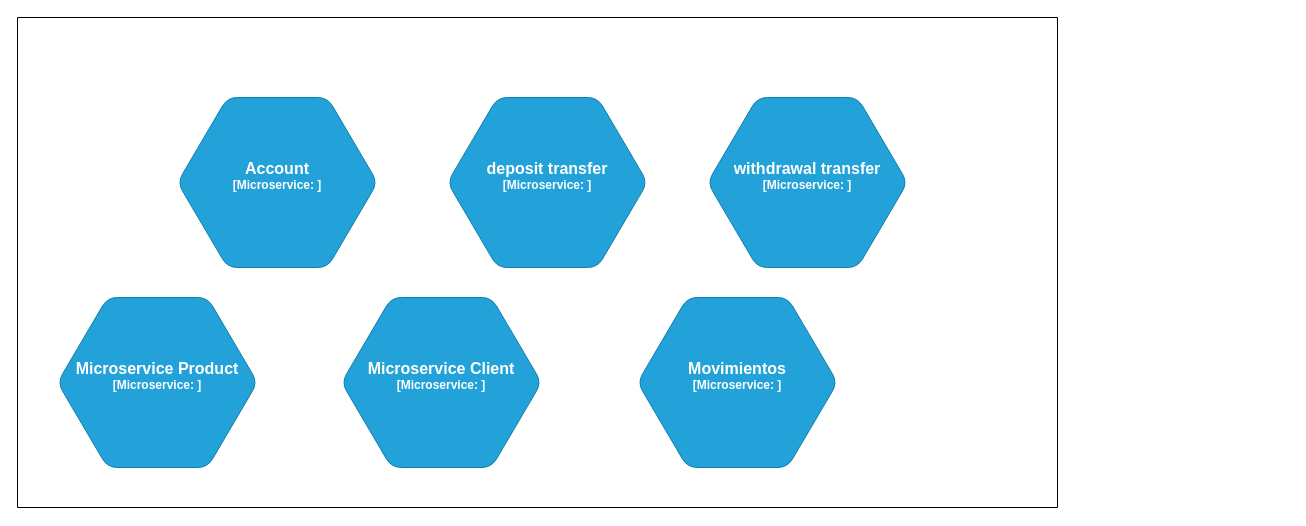
Above: page "Page-1" (1 of 2) of Project 2.drawio in edwarparedes/Diagram-2 (draw.io), before the change. Source tidied: cells renumbered, new cells numbered last; positions are measured from the earlier drawing's top-left corner, leaving out a move shared by most shapes. Both pictures are drawn from the tidied source at 100%, with x=0, y=0 at pixel (17, 17).
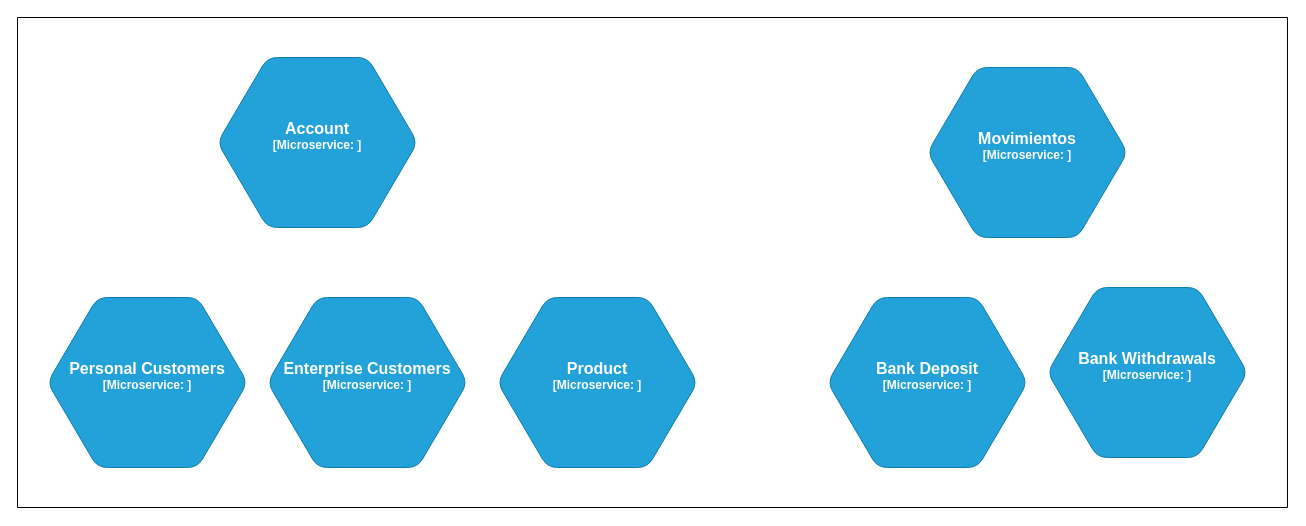
Above is the later version.

What changed in the source:
```diff
@@
-    <object id="2" label="&lt;font style=&quot;font-size: 16px&quot;&gt;&lt;b&gt;%c4Type%&lt;/font&gt;&lt;div&gt;[%c4Container%:&amp;nbsp;%c4Technology%]&lt;/div&gt;&lt;br&gt;&lt;div&gt;&lt;font style=&quot;font-size: 11px&quot;&gt;&lt;font color=&quot;#E6E6E6&quot;&gt;%c4Description%&lt;/font&gt;&lt;/div&gt;" c4Container="Microservice" c4Description="" c4Technology="" c4Type="Microservice Product" placeholders="1">
+    <object id="2" label="&lt;font style=&quot;font-size: 16px&quot;&gt;&lt;b&gt;%c4Type%&lt;/font&gt;&lt;div&gt;[%c4Container%:&amp;nbsp;%c4Technology%]&lt;/div&gt;&lt;br&gt;&lt;div&gt;&lt;font style=&quot;font-size: 11px&quot;&gt;&lt;font color=&quot;#E6E6E6&quot;&gt;%c4Description%&lt;/font&gt;&lt;/div&gt;" c4Container="Microservice" c4Description="" c4Technology="" c4Type="Product" placeholders="1">
       <mxCell style="shape=hexagon;size=50;perimeter=hexagonPerimeter2;whiteSpace=wrap;html=1;fixedSize=1;rounded=1;labelBackgroundColor=none;fillColor=#23A2D9;fontSize=12;fontColor=#ffffff;align=center;strokeColor=#0E7DAD;" parent="1" vertex="1">
-        <mxGeometry x="40" y="280" width="200" height="170" as="geometry" />
+        <mxGeometry x="480" y="280" width="200" height="170" as="geometry" />
       </mxCell>
     </object>
-    <object id="3" label="&lt;font style=&quot;font-size: 16px&quot;&gt;&lt;b&gt;%c4Type%&lt;/font&gt;&lt;div&gt;[%c4Container%:&amp;nbsp;%c4Technology%]&lt;/div&gt;&lt;br&gt;&lt;div&gt;&lt;font style=&quot;font-size: 11px&quot;&gt;&lt;font color=&quot;#E6E6E6&quot;&gt;%c4Description%&lt;/font&gt;&lt;/div&gt;" c4Container="Microservice" c4Description="" c4Technology="" c4Type="Microservice Client" placeholders="1">
+    <object id="3" label="&lt;font style=&quot;font-size: 16px&quot;&gt;&lt;b&gt;%c4Type%&lt;/font&gt;&lt;div&gt;[%c4Container%:&amp;nbsp;%c4Technology%]&lt;/div&gt;&lt;br&gt;&lt;div&gt;&lt;font style=&quot;font-size: 11px&quot;&gt;&lt;font color=&quot;#E6E6E6&quot;&gt;%c4Description%&lt;/font&gt;&lt;/div&gt;" c4Container="Microservice" c4Description="" c4Technology="" c4Type="Personal Customers" placeholders="1">
       <mxCell style="shape=hexagon;size=50;perimeter=hexagonPerimeter2;whiteSpace=wrap;html=1;fixedSize=1;rounded=1;labelBackgroundColor=none;fillColor=#23A2D9;fontSize=12;fontColor=#ffffff;align=center;strokeColor=#0E7DAD;" parent="1" vertex="1">
-        <mxGeometry x="324" y="280" width="200" height="170" as="geometry" />
+        <mxGeometry x="30" y="280" width="200" height="170" as="geometry" />
       </mxCell>
     </object>
     <object id="4" label="&lt;font style=&quot;font-size: 16px&quot;&gt;&lt;b&gt;%c4Type%&lt;/font&gt;&lt;div&gt;[%c4Container%:&amp;nbsp;%c4Technology%]&lt;/div&gt;&lt;br&gt;&lt;div&gt;&lt;font style=&quot;font-size: 11px&quot;&gt;&lt;font color=&quot;#E6E6E6&quot;&gt;%c4Description%&lt;/font&gt;&lt;/div&gt;" c4Container="Microservice" c4Description="" c4Technology="" c4Type="Movimientos" placeholders="1">
       <mxCell style="shape=hexagon;size=50;perimeter=hexagonPerimeter2;whiteSpace=wrap;html=1;fixedSize=1;rounded=1;labelBackgroundColor=none;fillColor=#23A2D9;fontSize=12;fontColor=#ffffff;align=center;strokeColor=#0E7DAD;" parent="1" vertex="1">
-        <mxGeometry x="620" y="280" width="200" height="170" as="geometry" />
+        <mxGeometry x="910" y="50" width="200" height="170" as="geometry" />
       </mxCell>
     </object>
-    <object id="5" label="&lt;font style=&quot;font-size: 16px&quot;&gt;&lt;b&gt;%c4Type%&lt;/font&gt;&lt;div&gt;[%c4Container%:&amp;nbsp;%c4Technology%]&lt;/div&gt;&lt;br&gt;&lt;div&gt;&lt;font style=&quot;font-size: 11px&quot;&gt;&lt;font color=&quot;#E6E6E6&quot;&gt;%c4Description%&lt;/font&gt;&lt;/div&gt;" c4Container="Microservice" c4Description="" c4Technology="" c4Type="deposit transfer" placeholders="1">
+    <object id="5" label="&lt;font style=&quot;font-size: 16px&quot;&gt;&lt;b&gt;%c4Type%&lt;/font&gt;&lt;div&gt;[%c4Container%:&amp;nbsp;%c4Technology%]&lt;/div&gt;&lt;br&gt;&lt;div&gt;&lt;font style=&quot;font-size: 11px&quot;&gt;&lt;font color=&quot;#E6E6E6&quot;&gt;%c4Description%&lt;/font&gt;&lt;/div&gt;" c4Container="Microservice" c4Description="" c4Technology="" c4Type="Bank Deposit" placeholders="1">
       <mxCell style="shape=hexagon;size=50;perimeter=hexagonPerimeter2;whiteSpace=wrap;html=1;fixedSize=1;rounded=1;labelBackgroundColor=none;fillColor=#23A2D9;fontSize=12;fontColor=#ffffff;align=center;strokeColor=#0E7DAD;" parent="1" vertex="1">
-        <mxGeometry x="430" y="80" width="200" height="170" as="geometry" />
+        <mxGeometry x="810" y="280" width="200" height="170" as="geometry" />
       </mxCell>
     </object>
     <object id="6" label="&lt;font style=&quot;font-size: 16px&quot;&gt;&lt;b&gt;%c4Type%&lt;/font&gt;&lt;div&gt;[%c4Container%:&amp;nbsp;%c4Technology%]&lt;/div&gt;&lt;br&gt;&lt;div&gt;&lt;font style=&quot;font-size: 11px&quot;&gt;&lt;font color=&quot;#E6E6E6&quot;&gt;%c4Description%&lt;/font&gt;&lt;/div&gt;" c4Container="Microservice" c4Description="" c4Technology="" c4Type="Account" placeholders="1">
       <mxCell style="shape=hexagon;size=50;perimeter=hexagonPerimeter2;whiteSpace=wrap;html=1;fixedSize=1;rounded=1;labelBackgroundColor=none;fillColor=#23A2D9;fontSize=12;fontColor=#ffffff;align=center;strokeColor=#0E7DAD;" parent="1" vertex="1">
-        <mxGeometry x="160" y="80" width="200" height="170" as="geometry" />
+        <mxGeometry x="200" y="40" width="200" height="170" as="geometry" />
       </mxCell>
     </object>
     <mxCell id="7" style="endArrow=none;html=1;rounded=0;" parent="1" edge="1">
       <mxGeometry relative="1" as="geometry">
         <mxPoint y="490" as="sourcePoint" />
-        <mxPoint x="1040" as="targetPoint" />
+        <mxPoint x="1270" as="targetPoint" />
         <Array as="points">
           <mxPoint />
         </Array>
       </mxGeometry>
     </mxCell>
     <mxCell id="8" style="endArrow=none;html=1;rounded=0;" parent="1" edge="1">
       <mxGeometry relative="1" as="geometry">
         <mxPoint y="490" as="sourcePoint" />
-        <mxPoint x="1040" y="490" as="targetPoint" />
+        <mxPoint x="1270" y="490" as="targetPoint" />
       </mxGeometry>
     </mxCell>
     <mxCell id="9" style="endArrow=none;html=1;rounded=0;" parent="1" edge="1">
       <mxGeometry relative="1" as="geometry">
-        <mxPoint x="1040" y="490" as="sourcePoint" />
-        <mxPoint x="1040" as="targetPoint" />
+        <mxPoint x="1270" y="490" as="sourcePoint" />
+        <mxPoint x="1270" as="targetPoint" />
       </mxGeometry>
     </mxCell>
-    <object id="10" label="&lt;font style=&quot;font-size: 16px&quot;&gt;&lt;b&gt;%c4Type%&lt;/font&gt;&lt;div&gt;[%c4Container%:&amp;nbsp;%c4Technology%]&lt;/div&gt;&lt;br&gt;&lt;div&gt;&lt;font style=&quot;font-size: 11px&quot;&gt;&lt;font color=&quot;#E6E6E6&quot;&gt;%c4Description%&lt;/font&gt;&lt;/div&gt;" c4Container="Microservice" c4Description="" c4Technology="" c4Type="withdrawal transfer" placeholders="1">
+    <object id="10" label="&lt;font style=&quot;font-size: 16px&quot;&gt;&lt;b&gt;%c4Type%&lt;/font&gt;&lt;div&gt;[%c4Container%:&amp;nbsp;%c4Technology%]&lt;/div&gt;&lt;br&gt;&lt;div&gt;&lt;font style=&quot;font-size: 11px&quot;&gt;&lt;font color=&quot;#E6E6E6&quot;&gt;%c4Description%&lt;/font&gt;&lt;/div&gt;" c4Container="Microservice" c4Description="" c4Technology="" c4Type="Bank Withdrawals" placeholders="1">
       <mxCell style="shape=hexagon;size=50;perimeter=hexagonPerimeter2;whiteSpace=wrap;html=1;fixedSize=1;rounded=1;labelBackgroundColor=none;fillColor=#23A2D9;fontSize=12;fontColor=#ffffff;align=center;strokeColor=#0E7DAD;" parent="1" vertex="1">
-        <mxGeometry x="690" y="80" width="200" height="170" as="geometry" />
+        <mxGeometry x="1030" y="270" width="200" height="170" as="geometry" />
       </mxCell>
     </object>
+    <object id="11" label="&lt;font style=&quot;font-size: 16px&quot;&gt;&lt;b&gt;%c4Type%&lt;/font&gt;&lt;div&gt;[%c4Container%:&amp;nbsp;%c4Technology%]&lt;/div&gt;&lt;br&gt;&lt;div&gt;&lt;font style=&quot;font-size: 11px&quot;&gt;&lt;font color=&quot;#E6E6E6&quot;&gt;%c4Description%&lt;/font&gt;&lt;/div&gt;" c4Container="Microservice" c4Description="" c4Technology="" c4Type="Enterprise  Customers" placeholders="1">
+      <mxCell style="shape=hexagon;size=50;perimeter=hexagonPerimeter2;whiteSpace=wrap;html=1;fixedSize=1;rounded=1;labelBackgroundColor=none;fillColor=#23A2D9;fontSize=12;fontColor=#ffffff;align=center;strokeColor=#0E7DAD;" parent="1" vertex="1">
+        <mxGeometry x="250" y="280" width="200" height="170" as="geometry" />
+      </mxCell>
+    </object>
```
